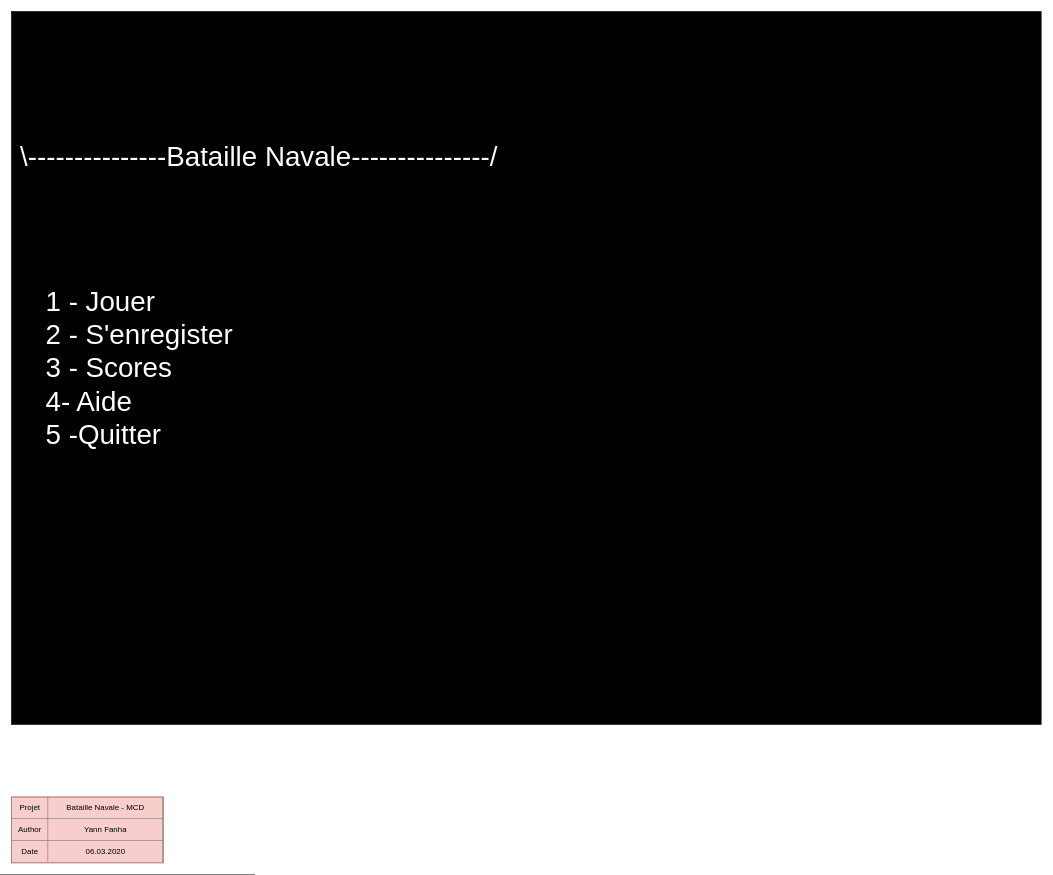
Earlier version of the draw.io diagram page "Menu" (1 of 5) of Maquette - Bataille Navale_YF.drawio (YFanha/Bataille-Navale). Source tidied: cells renumbered, new cells numbered last; positions are measured from the earlier drawing's top-left corner, leaving out a move shared by most shapes. Both pictures are drawn from the tidied source at 66%, with x=0, y=0 at pixel (11, 11).
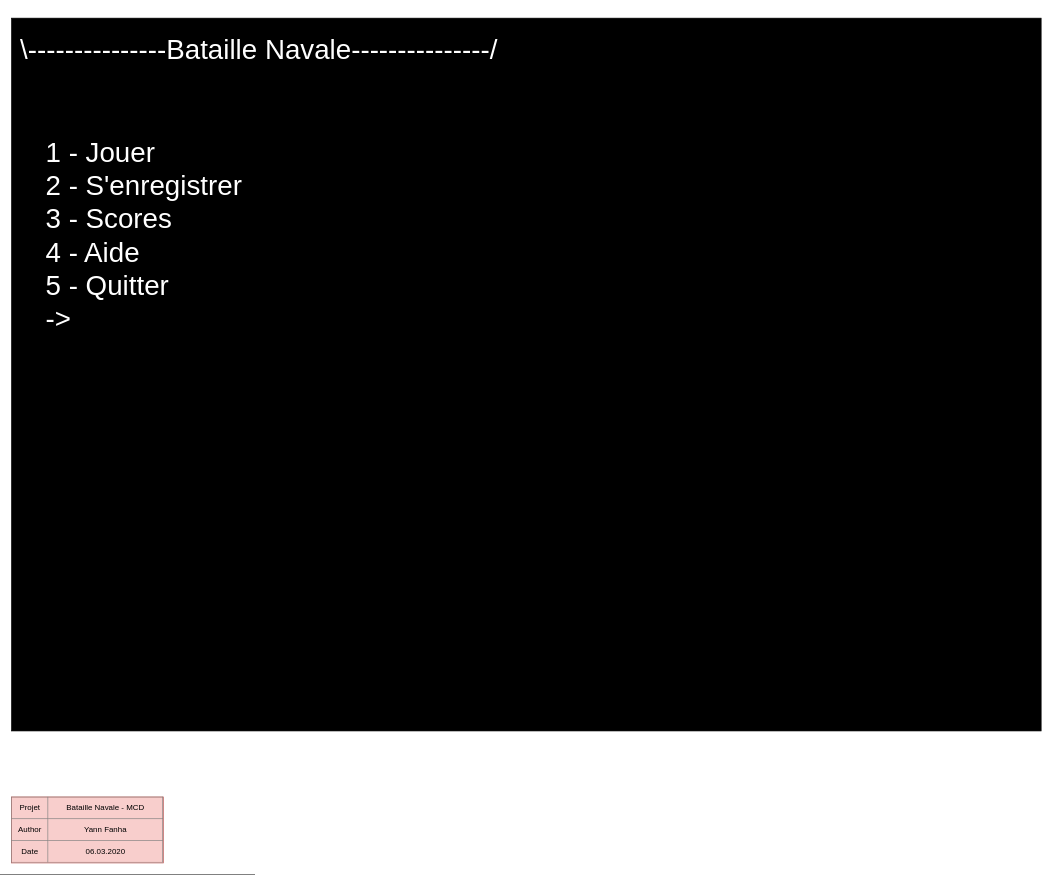
The same page after the edit.

The edit, as a diff of the source:
```diff
@@
 <mxGraphModel>
   <root>
     <mxCell id="0" />
     <mxCell id="1" parent="0" />
     <mxCell id="2" style="group;" parent="1" vertex="1">
-      <mxGeometry width="1560" height="1080" as="geometry" />
+      <mxGeometry y="10" width="1560" height="1080" as="geometry" />
     </mxCell>
     <mxCell id="3" style="rounded=0;whiteSpace=wrap;html=1;strokeColor=#000000;fillColor=#000000;" parent="2" vertex="1">
       <mxGeometry width="1560" height="1080" as="geometry" />
     </mxCell>
-    <mxCell id="4" value="&lt;font style=&quot;font-size: 42px&quot; color=&quot;#ffffff&quot;&gt;1 - Jouer&lt;br&gt;2 - S'enregister&lt;br&gt;3 - Scores&lt;br&gt;4- Aide&lt;br&gt;5 -Quitter&lt;/font&gt;" style="text;html=1;strokeColor=none;fillColor=none;align=left;verticalAlign=middle;whiteSpace=wrap;rounded=0;" parent="2" vertex="1">
-      <mxGeometry x="50" y="270" width="390" height="540" as="geometry" />
+    <mxCell id="4" value="&lt;font style=&quot;font-size: 42px&quot; color=&quot;#ffffff&quot;&gt;1 - Jouer&lt;br&gt;2 - S'enregistrer&lt;br&gt;3 - Scores&lt;br&gt;4 - Aide&lt;br&gt;5 - Quitter&lt;br&gt;-&amp;gt;&lt;br&gt;&lt;/font&gt;" style="text;html=1;strokeColor=none;fillColor=none;align=left;verticalAlign=middle;whiteSpace=wrap;rounded=0;" parent="2" vertex="1">
+      <mxGeometry x="50" y="60" width="390" height="540" as="geometry" />
     </mxCell>
     <mxCell id="5" value="&lt;font style=&quot;font-size: 42px&quot; color=&quot;#ffffff&quot;&gt;\---------------Bataille Navale---------------/&lt;/font&gt;" style="text;html=1;strokeColor=none;fillColor=none;align=center;verticalAlign=middle;whiteSpace=wrap;rounded=0;" parent="2" vertex="1">
-      <mxGeometry y="172.5" width="750" height="97.5" as="geometry" />
+      <mxGeometry width="750" height="97.5" as="geometry" />
     </mxCell>
     <mxCell id="6" value="&lt;table border=&quot;1&quot; width=&quot;100%&quot; style=&quot;width: 100% ; height: 100% ; border-collapse: collapse&quot;&gt;&lt;tbody&gt;&lt;tr&gt;&lt;td align=&quot;center&quot; style=&quot;line-height: 120%&quot;&gt;Projet&lt;/td&gt;&lt;td align=&quot;center&quot;&gt;Bataille Navale - MCD&lt;/td&gt;&lt;/tr&gt;&lt;tr&gt;&lt;td align=&quot;center&quot;&gt;Author&lt;/td&gt;&lt;td align=&quot;center&quot;&gt;Yann Fanha&lt;/td&gt;&lt;/tr&gt;&lt;tr&gt;&lt;td align=&quot;center&quot;&gt;Date&lt;/td&gt;&lt;td align=&quot;center&quot;&gt;06.03.2020&lt;/td&gt;&lt;/tr&gt;&lt;/tbody&gt;&lt;/table&gt;" style="text;html=1;strokeColor=#b85450;fillColor=#f8cecc;overflow=fill;" parent="1" vertex="1">
       <mxGeometry y="1190" width="230" height="100" as="geometry" />
     </mxCell>
   </root>
 </mxGraphModel>
```
